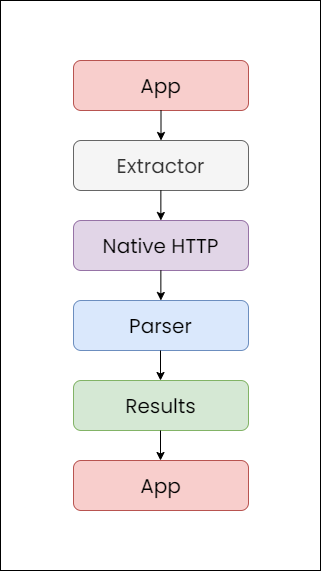
Earlier version of the draw.io export wiki/content/assets/images/flow.png (yukino-app/site). Source tidied: cells renumbered, new cells last; positions are measured from the earlier drawing's top-left corner, leaving out a move shared by most shapes.
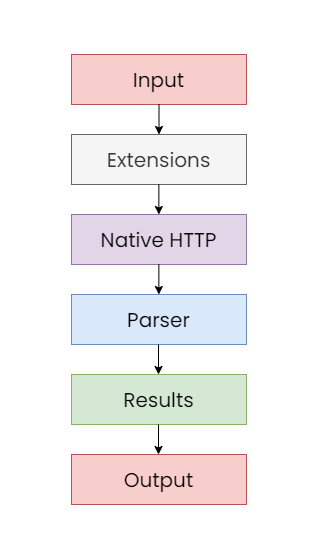
Later version of the same file.

Change to the diagram source:
```diff
@@ -2,25 +2,25 @@
   <root>
     <mxCell id="0" />
     <mxCell id="1" parent="0" />
-    <mxCell id="2" style="rounded=0;whiteSpace=wrap;html=1;" parent="1" vertex="1">
+    <mxCell id="2" style="whiteSpace=wrap;html=1;" parent="1" vertex="1">
       <mxGeometry width="320" height="570" as="geometry" />
     </mxCell>
-    <mxCell id="3" value="&lt;p&gt;&lt;font style=&quot;font-size: 20px&quot; face=&quot;Poppins&quot;&gt;App&lt;/font&gt;&lt;/p&gt;" style="rounded=1;whiteSpace=wrap;html=1;fillColor=#f8cecc;strokeColor=#b85450;" parent="1" vertex="1">
+    <mxCell id="3" value="&lt;p&gt;&lt;font style=&quot;font-size: 20px&quot; face=&quot;Poppins&quot;&gt;Input&lt;/font&gt;&lt;/p&gt;" style="whiteSpace=wrap;html=1;fillColor=#f8cecc;strokeColor=#b85450;" parent="1" vertex="1">
       <mxGeometry x="73" y="60" width="175" height="50" as="geometry" />
     </mxCell>
-    <mxCell id="4" value="&lt;p&gt;&lt;font style=&quot;font-size: 20px&quot; face=&quot;Poppins&quot;&gt;Extractor&lt;/font&gt;&lt;/p&gt;" style="rounded=1;whiteSpace=wrap;html=1;strokeColor=#666666;fillColor=#f5f5f5;fontColor=#333333;" parent="1" vertex="1">
+    <mxCell id="4" value="&lt;p&gt;&lt;font style=&quot;font-size: 20px&quot; face=&quot;Poppins&quot;&gt;Extensions&lt;/font&gt;&lt;/p&gt;" style="whiteSpace=wrap;html=1;strokeColor=#666666;fillColor=#f5f5f5;fontColor=#333333;" parent="1" vertex="1">
       <mxGeometry x="73" y="140" width="175" height="50" as="geometry" />
     </mxCell>
-    <mxCell id="5" value="&lt;p&gt;&lt;font style=&quot;font-size: 20px&quot; face=&quot;Poppins&quot;&gt;Native HTTP&lt;/font&gt;&lt;/p&gt;" style="rounded=1;whiteSpace=wrap;html=1;strokeColor=#9673a6;fillColor=#e1d5e7;" parent="1" vertex="1">
+    <mxCell id="5" value="&lt;p&gt;&lt;font style=&quot;font-size: 20px&quot; face=&quot;Poppins&quot;&gt;Native HTTP&lt;/font&gt;&lt;/p&gt;" style="whiteSpace=wrap;html=1;strokeColor=#9673a6;fillColor=#e1d5e7;" parent="1" vertex="1">
       <mxGeometry x="73" y="220" width="175" height="50" as="geometry" />
     </mxCell>
-    <mxCell id="6" value="&lt;p&gt;&lt;font style=&quot;font-size: 20px&quot; face=&quot;Poppins&quot;&gt;Parser&lt;/font&gt;&lt;/p&gt;" style="rounded=1;whiteSpace=wrap;html=1;strokeColor=#6c8ebf;fillColor=#dae8fc;" parent="1" vertex="1">
+    <mxCell id="6" value="&lt;p&gt;&lt;font style=&quot;font-size: 20px&quot; face=&quot;Poppins&quot;&gt;Parser&lt;/font&gt;&lt;/p&gt;" style="whiteSpace=wrap;html=1;strokeColor=#6c8ebf;fillColor=#dae8fc;" parent="1" vertex="1">
       <mxGeometry x="73" y="300" width="175" height="50" as="geometry" />
     </mxCell>
-    <mxCell id="7" value="&lt;p&gt;&lt;font style=&quot;font-size: 20px&quot; face=&quot;Poppins&quot;&gt;Results&lt;/font&gt;&lt;/p&gt;" style="rounded=1;whiteSpace=wrap;html=1;strokeColor=#82b366;fillColor=#d5e8d4;" parent="1" vertex="1">
+    <mxCell id="7" value="&lt;p&gt;&lt;font style=&quot;font-size: 20px&quot; face=&quot;Poppins&quot;&gt;Results&lt;/font&gt;&lt;/p&gt;" style="whiteSpace=wrap;html=1;strokeColor=#82b366;fillColor=#d5e8d4;" parent="1" vertex="1">
       <mxGeometry x="73" y="380" width="175" height="50" as="geometry" />
     </mxCell>
-    <mxCell id="8" value="&lt;p&gt;&lt;font style=&quot;font-size: 20px&quot; face=&quot;Poppins&quot;&gt;App&lt;/font&gt;&lt;/p&gt;" style="rounded=1;whiteSpace=wrap;html=1;fillColor=#f8cecc;strokeColor=#b85450;" parent="1" vertex="1">
+    <mxCell id="8" value="&lt;p&gt;&lt;font style=&quot;font-size: 20px&quot; face=&quot;Poppins&quot;&gt;Output&lt;/font&gt;&lt;/p&gt;" style="whiteSpace=wrap;html=1;fillColor=#f8cecc;strokeColor=#b85450;" parent="1" vertex="1">
       <mxGeometry x="73" y="460" width="175" height="50" as="geometry" />
     </mxCell>
     <mxCell id="9" style="endArrow=classic;html=1;fontColor=#FFFFFF;entryX=0.5;entryY=0;entryDx=0;entryDy=0;exitX=0.5;exitY=1;exitDx=0;exitDy=0;" parent="1" edge="1" source="3" target="4">
```
